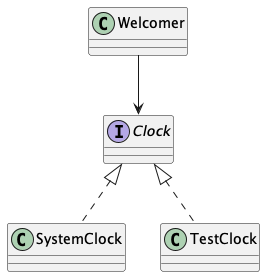
Earlier version of the PlantUML export welcome/docs/diagrams/out/stage2_after.png (fraylopez/elixir-kickoff).
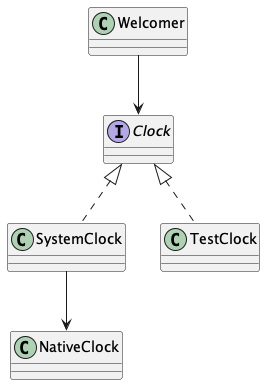
Above is the later version.

The edit, as a diff of the source:
```diff
@@ -8,5 +8,6 @@
 
 
   Welcomer -down-> Clock
+  SystemClock --> NativeClock
 
 @enduml
```
